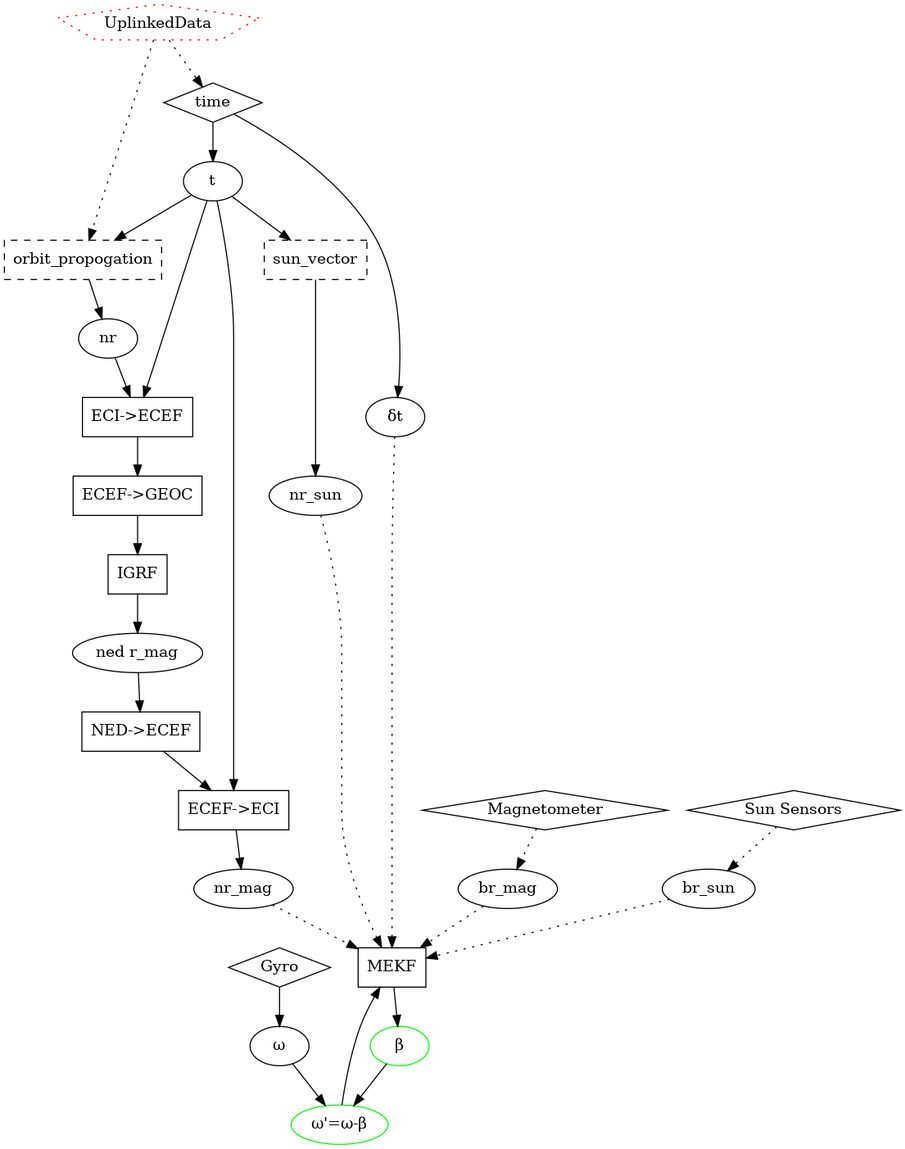
Before: mekfgraph.png, a diagram exported from Graphviz (PyCubed-Mini/PocketQubeDocs). Its source is kept beside it as mekfgraph.dot.
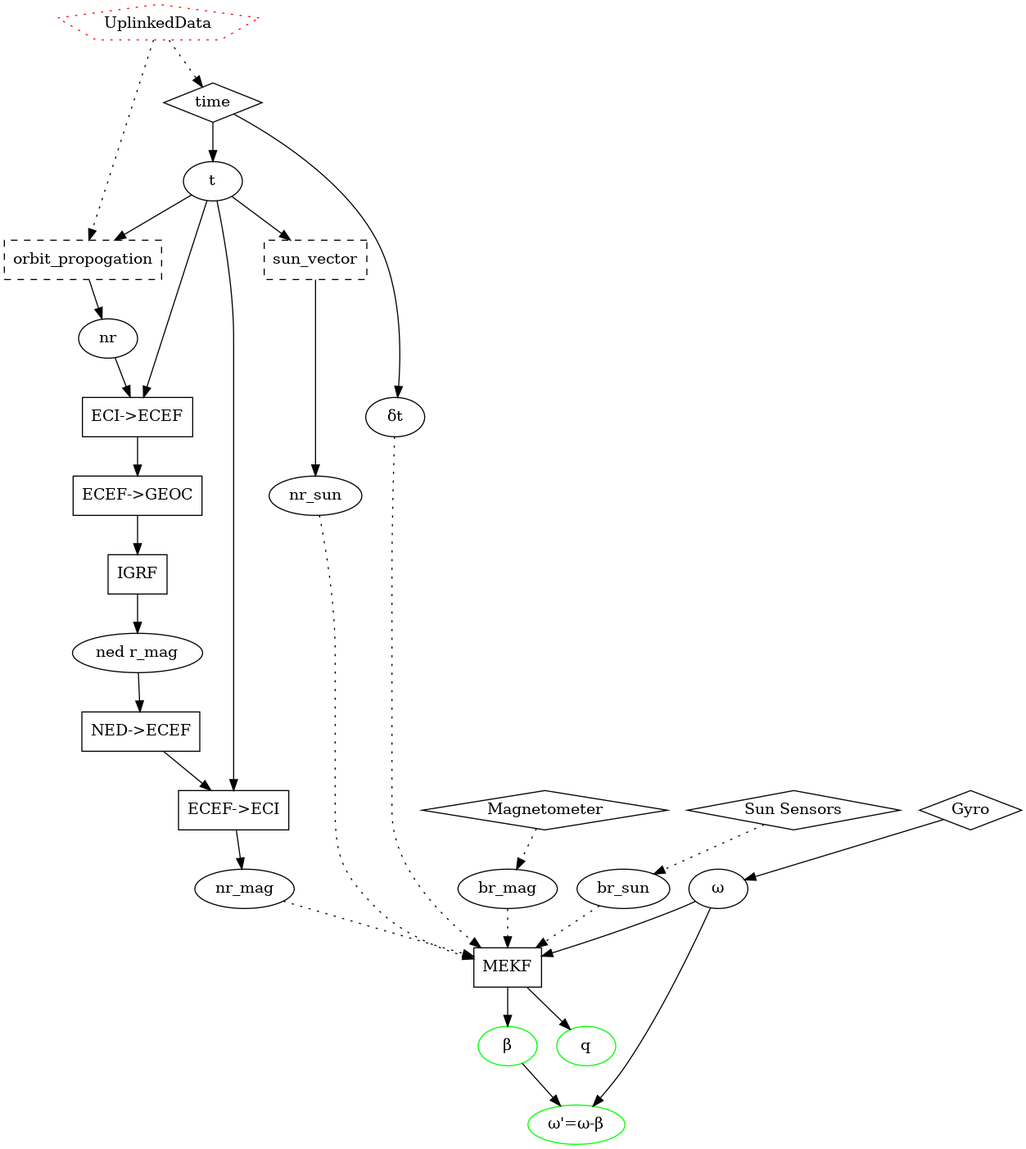
Later version of the same file.

Diff of the diagram source:
```diff
@@ -15,6 +15,7 @@
 
     "ω'=ω-β" [color=green]
     "β" [color=green]
+    "q" [color=green]
     "δt"
     "ω"
     "br_mag"
@@ -31,7 +32,7 @@
     "ω"->"ω'=ω-β"
     "MEKF"->"β"
     "β"->"ω'=ω-β"
-    "ω'=ω-β"->"MEKF"
+    "ω"->"MEKF"
     "time"->"δt"
     "Magnetometer"->"br_mag" [style=dotted]
     "time"->"t"
@@ -52,6 +53,7 @@
     "ECEF->GEOC"->"IGRF"
     "UplinkedData"->"orbit_propogation" [style=dotted]
     "UplinkedData"->"time" [style=dotted]
+    "MEKF"->"q"
 
     "br_mag"->"MEKF" [style=dotted]
     "δt"->"MEKF" [style=dotted]
```
